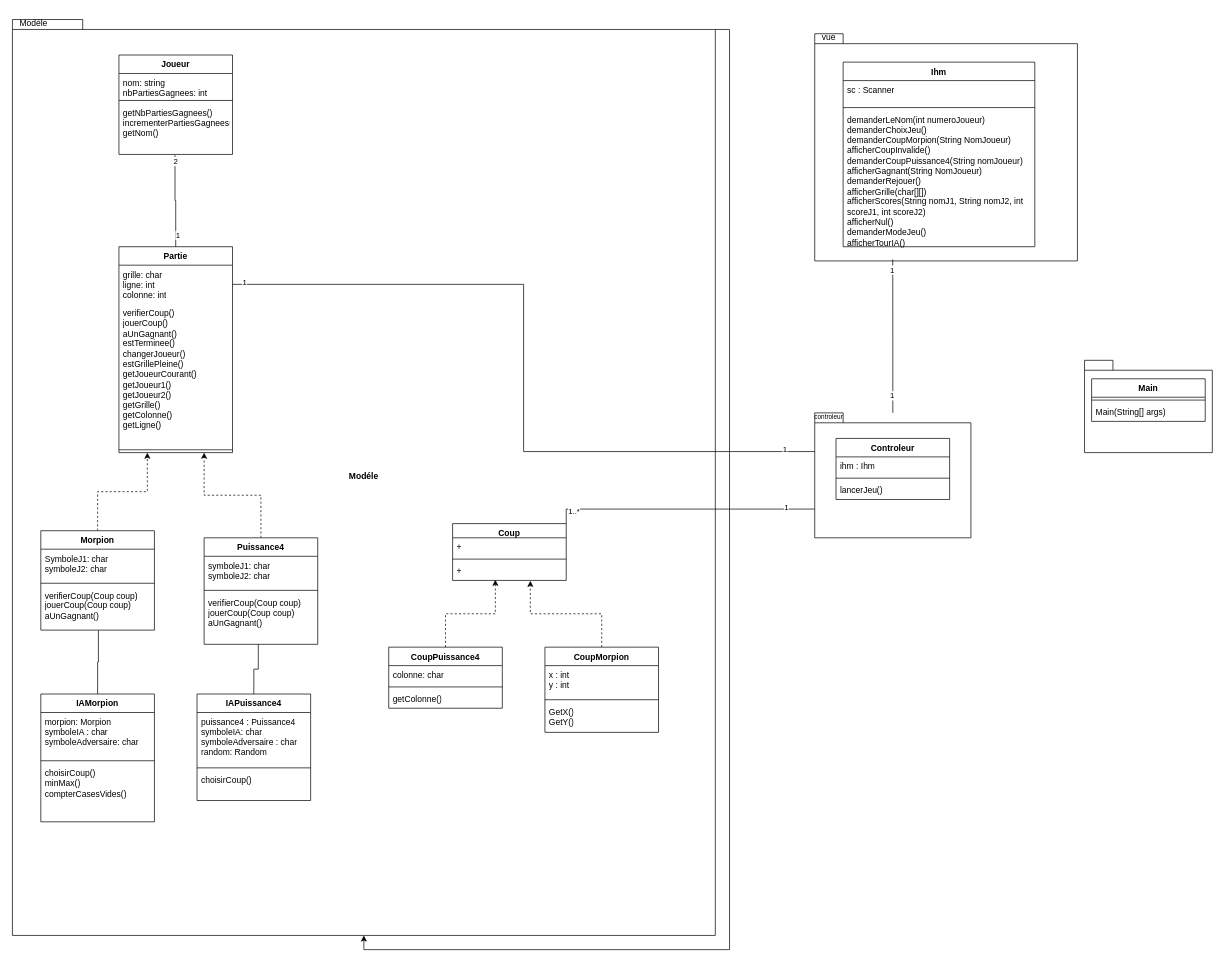
Before: Diagramme de classe.drawio in AllKapon/Iteration, a draw.io diagram. Source tidied: cells renumbered, new cells numbered last; positions are measured from the earlier drawing's top-left corner, leaving out a move shared by most shapes. Both pictures are drawn from the tidied source at 71%, with x=0, y=0 at pixel (12, 12).
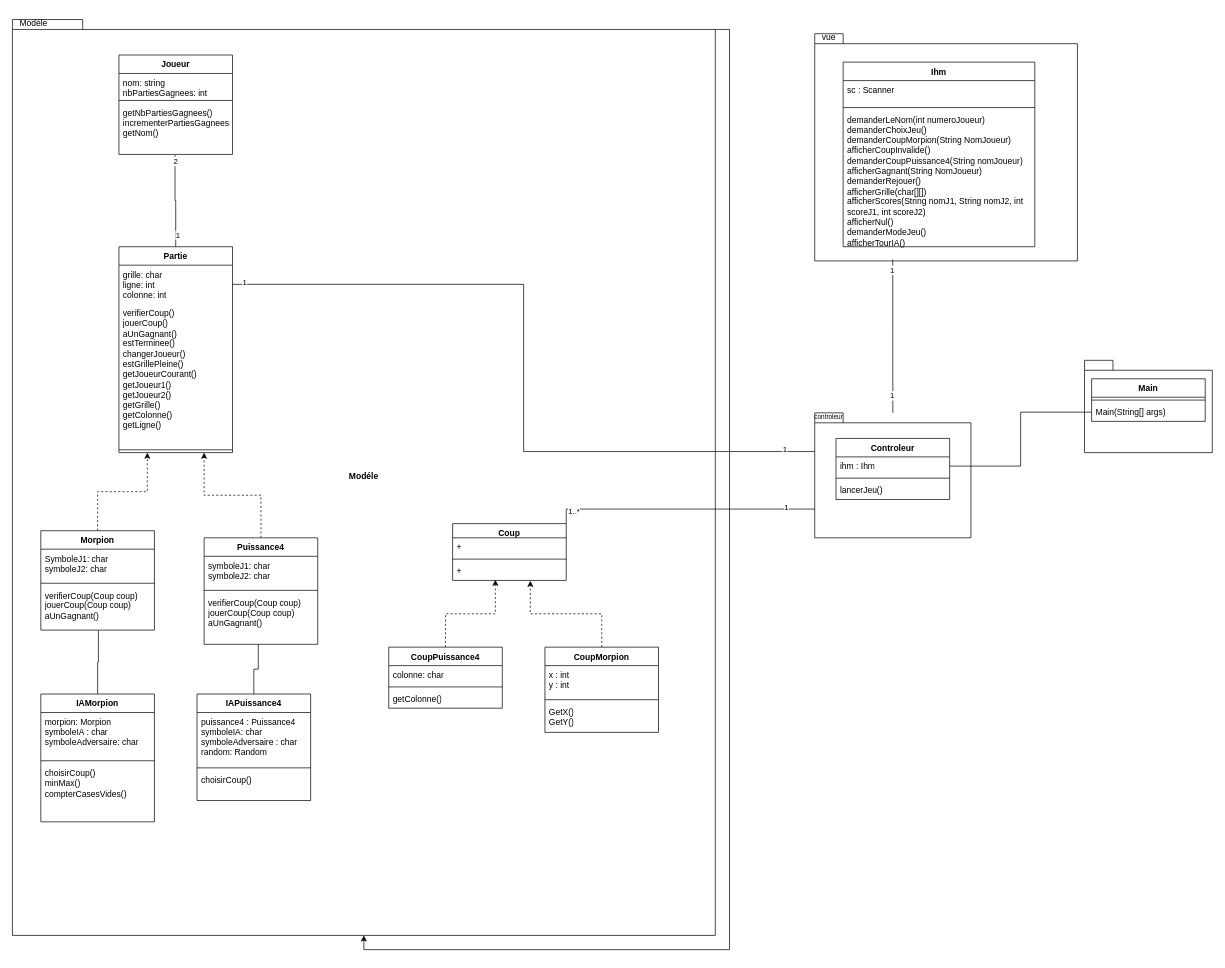
The same diagram, later.

The change refers to these unchanged cells:
```xml
<mxCell id="59" value="ihm : Ihm" style="text;strokeColor=none;fillColor=none;align=left;verticalAlign=top;spacingLeft=4;spacingRight=4;overflow=hidden;points=[[0,0.5],[1,0.5]];portConstraint=eastwest;whiteSpace=wrap;html=1;" parent="58" vertex="1">
  <mxGeometry y="26" width="160" height="26" as="geometry" />
</mxCell>
<mxCell id="65" value="Main(String[] args)" style="text;strokeColor=none;fillColor=none;align=left;verticalAlign=top;spacingLeft=4;spacingRight=4;overflow=hidden;points=[[0,0.5],[1,0.5]];portConstraint=eastwest;whiteSpace=wrap;html=1;" parent="63" vertex="1">
  <mxGeometry y="34" width="160" height="26" as="geometry" />
</mxCell>
```

What changed in the source:
```diff
@@
+    <mxCell id="75" style="edgeStyle=orthogonalEdgeStyle;rounded=0;jettySize=auto;html=1;entryX=1;entryY=0.5;entryDx=0;entryDy=0;endArrow=none;endFill=0;" parent="1" edge="1" source="65" target="59">
+      <mxGeometry relative="1" as="geometry" />
+    </mxCell>
```
